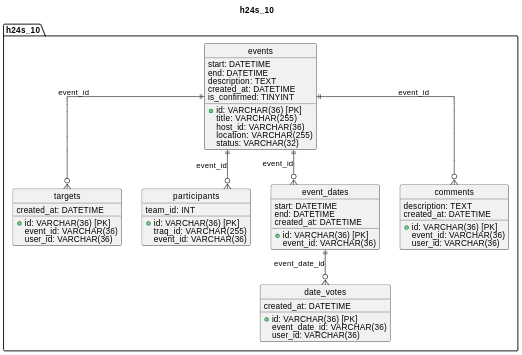
The PlantUML diagram docs/erd.png in traP-jp/h24s_10, before a commit. Its source is kept beside it as docs/erd.puml.
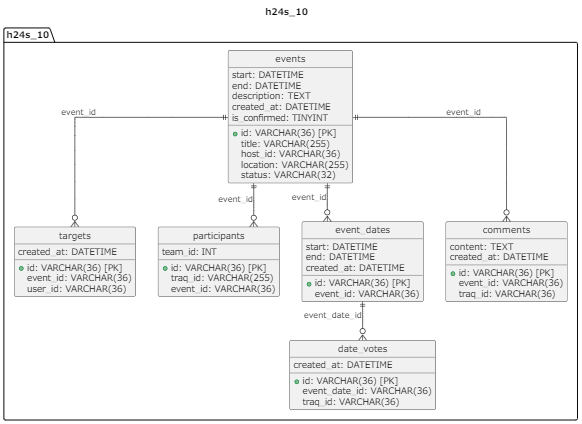
Later version of the same file.

What changed in the source:
```diff
@@ -1,4 +1,4 @@
-@startuml
+@startuml h24s_10
 
 hide circle
 
@@ -45,15 +45,15 @@
     entity "date_votes" {
         + id: VARCHAR(36) [PK]
         event_date_id: VARCHAR(36)
-        user_id: VARCHAR(36)
+        traq_id: VARCHAR(36)
         created_at: DATETIME
     }
 
     entity "comments" {
         + id: VARCHAR(36) [PK]
         event_id: VARCHAR(36)
-        user_id: VARCHAR(36)
-        description: TEXT
+        traq_id: VARCHAR(36)
+        content: TEXT
         created_at: DATETIME
     }
 }
```
